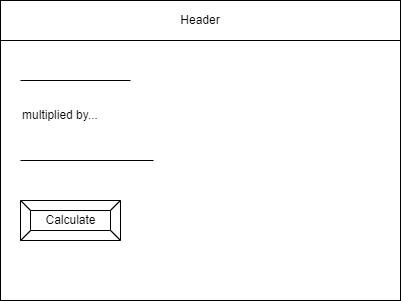
This is design/story-board.png from Ali-Mugamai/ICS20-5-08-JS, a draw.io export, as it was before one commit. Source tidied: cells renumbered, new cells last; positions are measured from the earlier drawing's top-left corner, leaving out a move shared by most shapes. Its diagram source:
```xml
<mxGraphModel>
  <root>
    <mxCell id="0" />
    <mxCell id="1" parent="0" />
    <mxCell id="2" style="rounded=0;whiteSpace=wrap;html=1;" parent="1" vertex="1">
      <mxGeometry width="400" height="300" as="geometry" />
    </mxCell>
    <mxCell id="3" value="Header" style="rounded=0;whiteSpace=wrap;html=1;" parent="1" vertex="1">
      <mxGeometry width="400" height="40" as="geometry" />
    </mxCell>
    <mxCell id="4" value="Calculate" style="labelPosition=center;verticalLabelPosition=middle;align=center;html=1;shape=mxgraph.basic.button;dx=10;" parent="1" vertex="1">
      <mxGeometry x="20" y="200" width="100" height="40" as="geometry" />
    </mxCell>
    <mxCell id="5" style="endArrow=none;html=1;startArrow=none;" parent="1" edge="1">
      <mxGeometry relative="1" as="geometry">
        <mxPoint x="20" y="160" as="sourcePoint" />
        <mxPoint x="153" y="160" as="targetPoint" />
      </mxGeometry>
    </mxCell>
    <mxCell id="6" style="endArrow=none;html=1;" parent="1" edge="1">
      <mxGeometry relative="1" as="geometry">
        <mxPoint x="20" y="80" as="sourcePoint" />
        <mxPoint x="130" y="80" as="targetPoint" />
      </mxGeometry>
    </mxCell>
    <mxCell id="7" value="multiplied by..." style="text;html=1;strokeColor=none;fillColor=none;align=center;verticalAlign=middle;whiteSpace=wrap;rounded=0;" parent="1" vertex="1">
      <mxGeometry x="10" y="100" width="100" height="30" as="geometry" />
    </mxCell>
  </root>
</mxGraphModel>
```
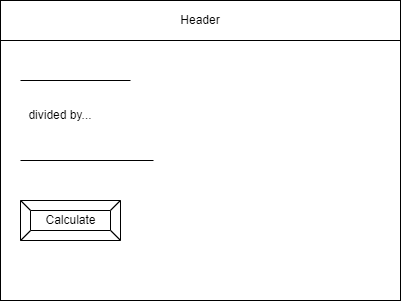
After the commit.

The edit, as a diff of the source:
```diff
@@ -23,7 +23,7 @@
         <mxPoint x="130" y="80" as="targetPoint" />
       </mxGeometry>
     </mxCell>
-    <mxCell id="7" value="multiplied by..." style="text;html=1;strokeColor=none;fillColor=none;align=center;verticalAlign=middle;whiteSpace=wrap;rounded=0;" parent="1" vertex="1">
+    <mxCell id="7" value="divided by..." style="text;html=1;strokeColor=none;fillColor=none;align=center;verticalAlign=middle;whiteSpace=wrap;rounded=0;" parent="1" vertex="1">
       <mxGeometry x="10" y="100" width="100" height="30" as="geometry" />
     </mxCell>
   </root>
```
